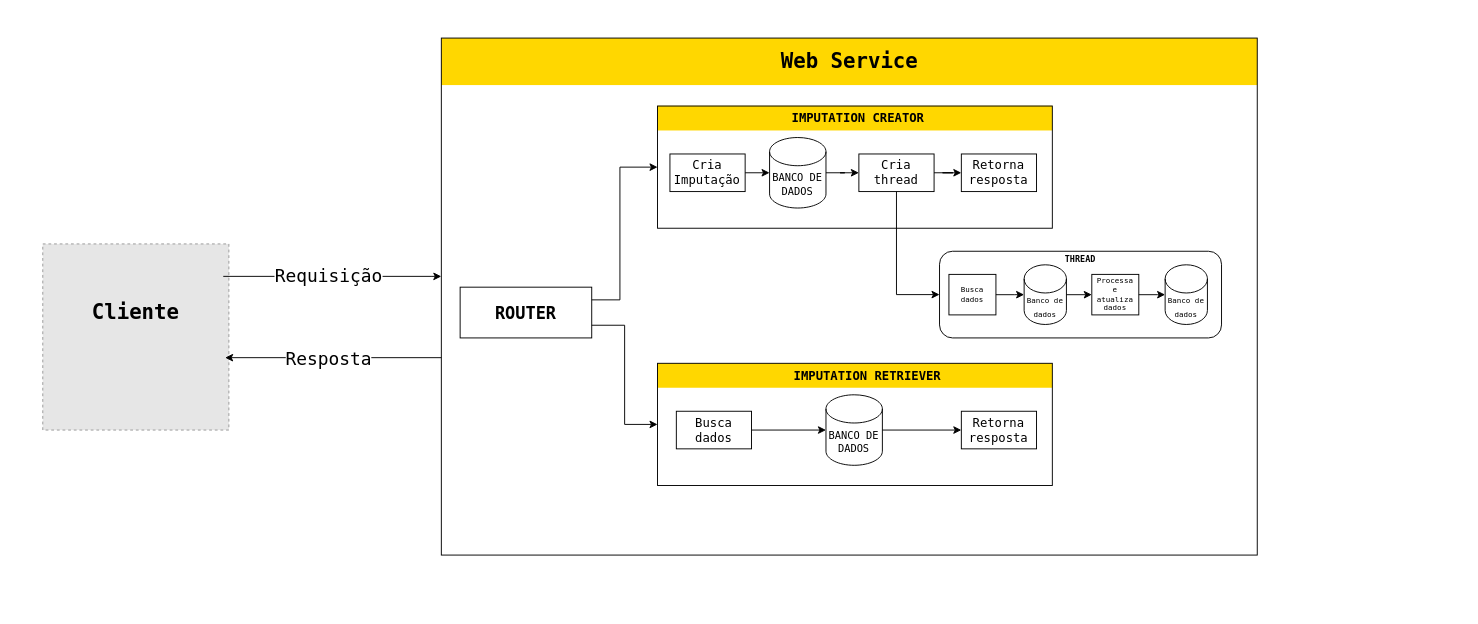
Earlier version of the draw.io diagram images/Architecture.drawio (j-abreu/imputation-web-service). Source tidied: cells renumbered, new cells numbered last; positions are measured from the earlier drawing's top-left corner, leaving out a move shared by most shapes. Both pictures are drawn from the tidied source at 94%, with x=0, y=0 at pixel (16, 16). Pictures stored in the file or linked from it are replaced by grey dashed boxes.
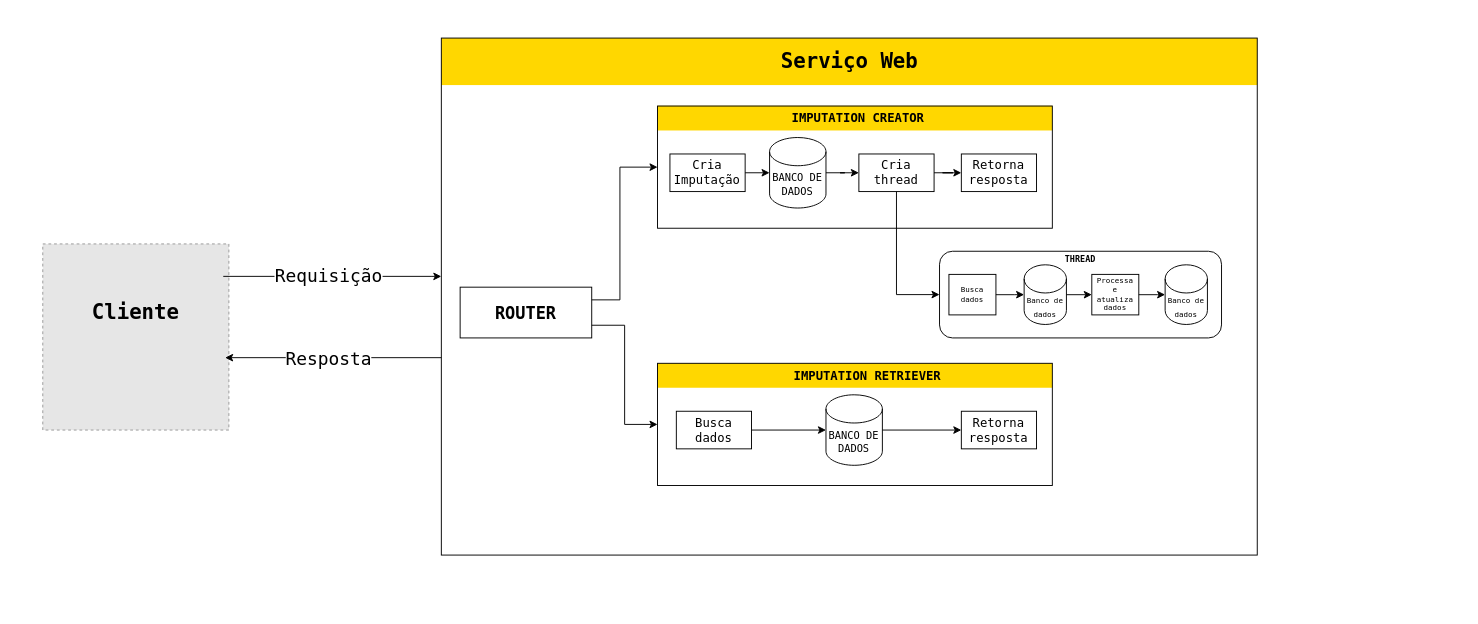
The same page after the edit.

Change to the diagram source:
```diff
@@
-    <mxCell id="10" value="Web Service" style="text;html=1;strokeColor=none;fillColor=none;align=center;verticalAlign=middle;whiteSpace=wrap;rounded=0;fontFamily=Lucida Console;fontSize=22;fontStyle=1;" parent="1" vertex="1">
+    <mxCell id="10" value="Serviço Web" style="text;html=1;strokeColor=none;fillColor=none;align=center;verticalAlign=middle;whiteSpace=wrap;rounded=0;fontFamily=Lucida Console;fontSize=22;fontStyle=1;" parent="1" vertex="1">
       <mxGeometry x="804.5" y="33" width="163" height="30" as="geometry" />
     </mxCell>
```
